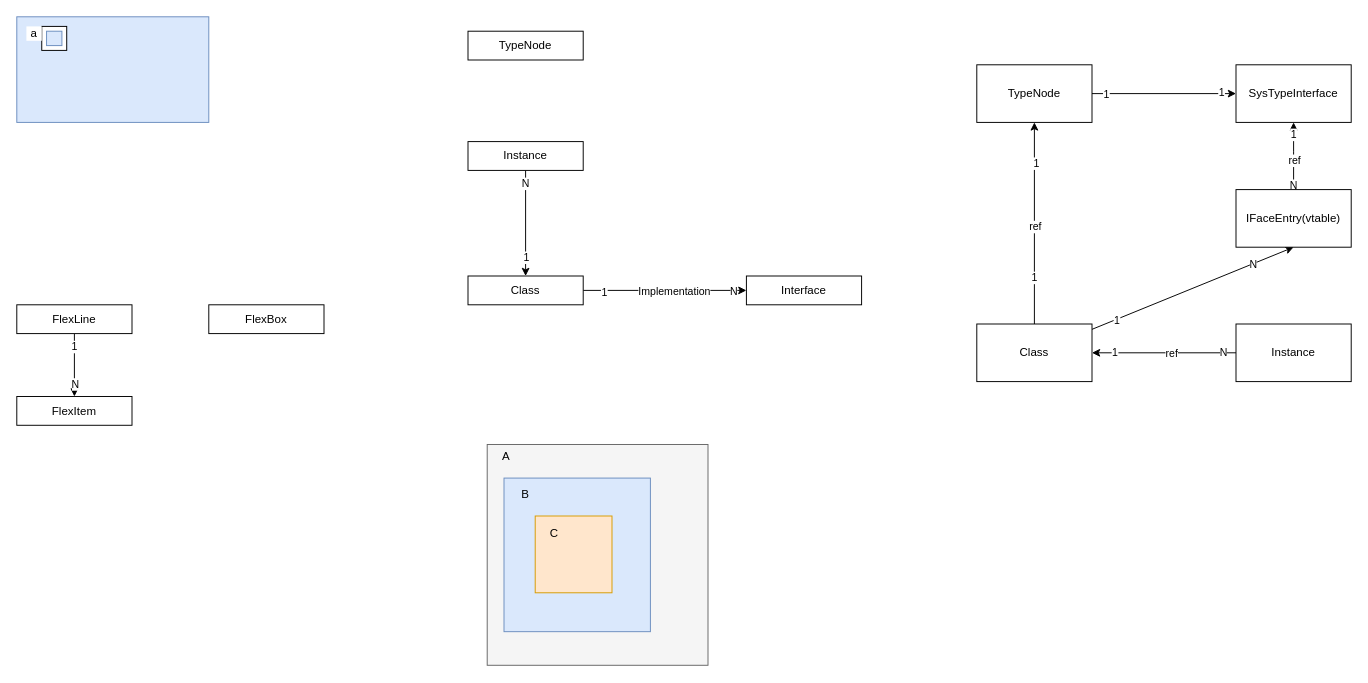
Earlier version of the draw.io diagram doc/layout_demo.drawio (yuanronghhh/Cst). Source tidied: cells renumbered, new cells numbered last; positions are measured from the earlier drawing's top-left corner, leaving out a move shared by most shapes. Both pictures are drawn from the tidied source at 96%, with x=0, y=0 at pixel (16, 16).
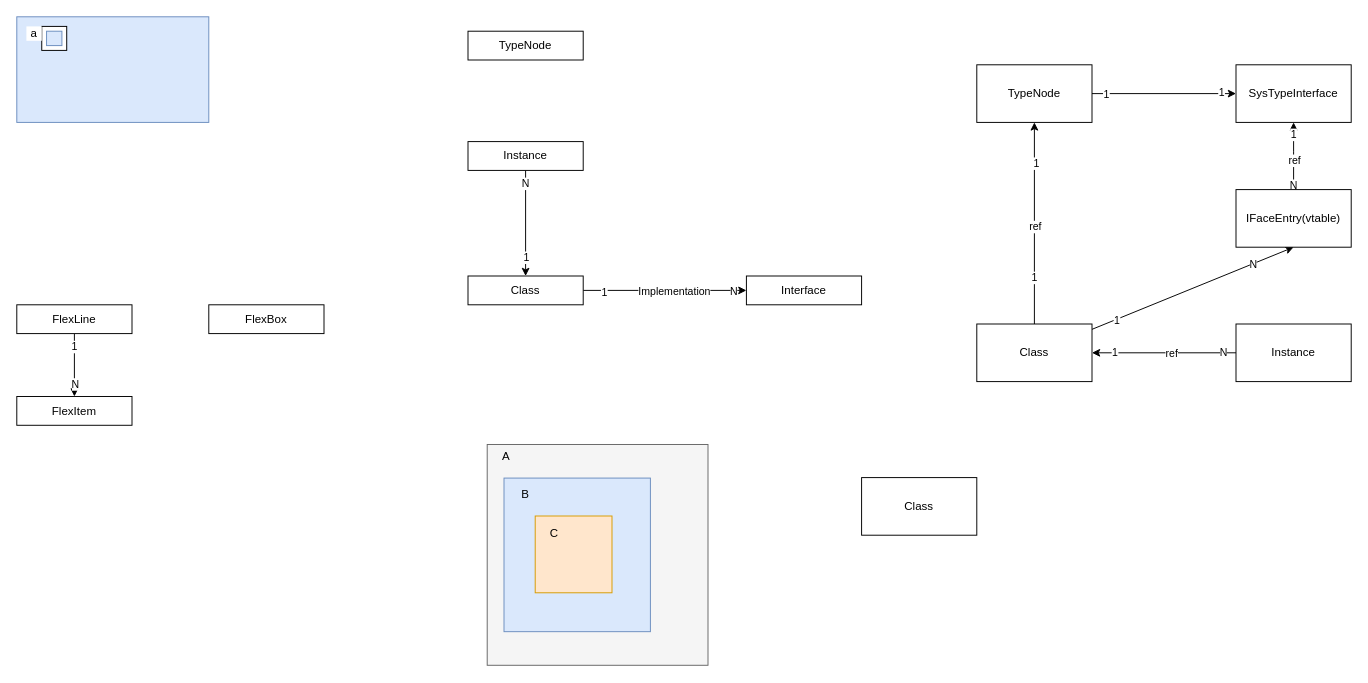
The same page after the edit.

Change to the diagram source:
```diff
@@
+    <mxCell id="53" value="Class" style="rounded=0;whiteSpace=wrap;html=1;" parent="1" vertex="1">
+      <mxGeometry x="880" y="480" width="120" height="60" as="geometry" />
+    </mxCell>
```
